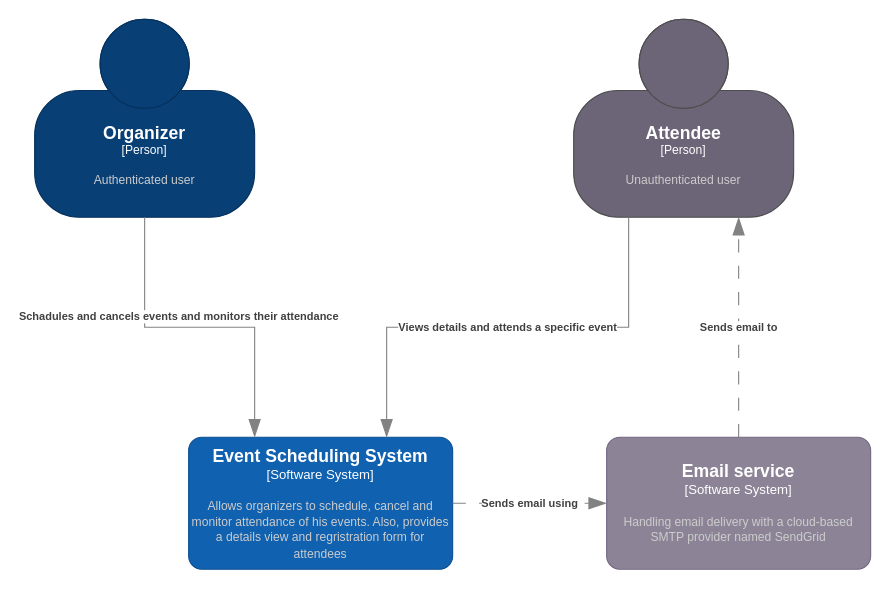
This is docs/SystemContext.drawio from nikbogman/in10days, a draw.io file, before an edit. Source tidied: cells renumbered, new cells numbered last; positions are measured from the earlier drawing's top-left corner, leaving out a move shared by most shapes. Both pictures are drawn from the tidied source at 110%, with x=0, y=0 at pixel (34, 19).
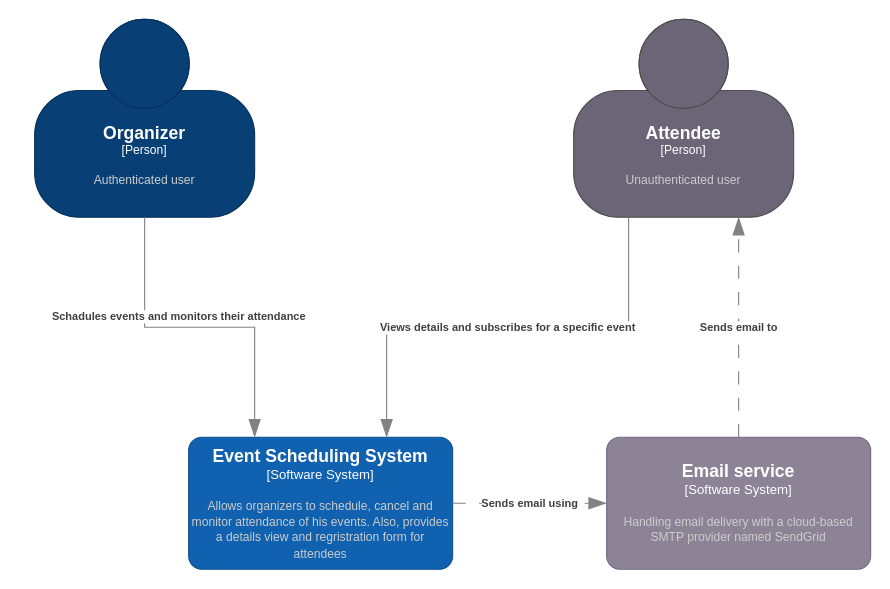
The same diagram, later.

Change to the diagram source:
```diff
@@
 <mxGraphModel>
   <root>
     <mxCell id="0" />
     <mxCell id="1" parent="0" />
     <object id="2" label="&lt;font style=&quot;font-size: 16px&quot;&gt;&lt;b&gt;%c4Name%&lt;/b&gt;&lt;/font&gt;&lt;div&gt;[%c4Type%]&lt;/div&gt;&lt;br&gt;&lt;div&gt;&lt;font style=&quot;font-size: 11px&quot;&gt;&lt;font color=&quot;#cccccc&quot;&gt;%c4Description%&lt;/font&gt;&lt;/div&gt;" c4Description="Authenticated user" c4Name="Organizer" c4Type="Person" placeholders="1">
       <mxCell style="html=1;fontSize=11;dashed=0;whiteSpace=wrap;fillColor=#083F75;strokeColor=#06315C;fontColor=#ffffff;shape=mxgraph.c4.person2;align=center;points=[[0.5,0,0],[1,0.5,0],[1,0.75,0],[0.75,1,0],[0.5,1,0],[0.25,1,0],[0,0.75,0],[0,0.5,0]];" parent="1" vertex="1">
         <mxGeometry width="200" height="180" as="geometry" />
       </mxCell>
     </object>
     <object id="3" label="&lt;font style=&quot;font-size: 16px&quot;&gt;&lt;b&gt;%c4Name%&lt;/b&gt;&lt;/font&gt;&lt;div&gt;[%c4Type%]&lt;/div&gt;&lt;br&gt;&lt;div&gt;&lt;font style=&quot;font-size: 11px&quot;&gt;&lt;font color=&quot;#cccccc&quot;&gt;%c4Description%&lt;/font&gt;&lt;/div&gt;" c4Description="Allows organizers to schedule, cancel and monitor attendance of his events. Also, provides a details view and regristration form for attendees" c4Name="Event Scheduling System" c4Type="Software System" placeholders="1">
       <mxCell style="rounded=1;whiteSpace=wrap;html=1;labelBackgroundColor=none;fillColor=#1061B0;fontColor=#ffffff;align=center;arcSize=10;strokeColor=#0D5091;points=[[0.25,0,0],[0.5,0,0],[0.75,0,0],[1,0.25,0],[1,0.5,0],[1,0.75,0],[0.75,1,0],[0.5,1,0],[0.25,1,0],[0,0.75,0],[0,0.5,0],[0,0.25,0]];" parent="1" vertex="1">
         <mxGeometry x="140" y="380" width="240" height="120" as="geometry" />
       </mxCell>
     </object>
-    <object id="4" label="&lt;div style=&quot;text-align: left&quot;&gt;&lt;div style=&quot;text-align: center&quot;&gt;&lt;b&gt;%c4Description%&lt;/b&gt;&lt;/div&gt;" c4Description="Schadules and cancels events and monitors their attendance" placeholders="1">
+    <object id="4" label="&lt;div style=&quot;text-align: left&quot;&gt;&lt;div style=&quot;text-align: center&quot;&gt;&lt;b&gt;%c4Description%&lt;/b&gt;&lt;/div&gt;" c4Description="Schadules events and monitors their attendance" placeholders="1">
       <mxCell style="endArrow=blockThin;html=1;fontSize=10;fontColor=#404040;strokeWidth=1;endFill=1;strokeColor=#828282;elbow=vertical;endSize=14;startSize=14;jumpStyle=arc;jumpSize=16;rounded=0;edgeStyle=orthogonalEdgeStyle;exitX=0.5;exitY=1;exitDx=0;exitDy=0;exitPerimeter=0;entryX=0.25;entryY=0;entryDx=0;entryDy=0;entryPerimeter=0;" parent="1" edge="1" source="2" target="3">
         <mxGeometry x="-0.13" y="10" relative="1" as="geometry" />
       </mxCell>
     </object>
     <object id="5" label="&lt;font style=&quot;font-size: 16px&quot;&gt;&lt;b&gt;%c4Name%&lt;/b&gt;&lt;/font&gt;&lt;div&gt;[%c4Type%]&lt;/div&gt;&lt;br&gt;&lt;div&gt;&lt;font style=&quot;font-size: 11px&quot;&gt;&lt;font color=&quot;#cccccc&quot;&gt;%c4Description%&lt;/font&gt;&lt;/div&gt;" c4Description="Handling email delivery with a cloud-based SMTP provider named SendGrid" c4Name="Email service" c4Type="Software System" placeholders="1">
       <mxCell style="rounded=1;whiteSpace=wrap;html=1;labelBackgroundColor=none;fillColor=#8C8496;fontColor=#ffffff;align=center;arcSize=10;strokeColor=#736782;points=[[0.25,0,0],[0.5,0,0],[0.75,0,0],[1,0.25,0],[1,0.5,0],[1,0.75,0],[0.75,1,0],[0.5,1,0],[0.25,1,0],[0,0.75,0],[0,0.5,0],[0,0.25,0]];" parent="1" vertex="1">
         <mxGeometry x="520" y="380" width="240" height="120" as="geometry" />
       </mxCell>
     </object>
     <object id="6" label="&lt;div style=&quot;text-align: left&quot;&gt;&lt;div style=&quot;text-align: center&quot;&gt;&lt;b&gt;%c4Description%&lt;/b&gt;&lt;/div&gt;" c4Description="Sends email using" placeholders="1">
       <mxCell style="endArrow=blockThin;html=1;fontSize=10;fontColor=#404040;strokeWidth=1;endFill=1;strokeColor=#828282;elbow=vertical;endSize=14;startSize=14;jumpStyle=arc;jumpSize=16;rounded=0;edgeStyle=orthogonalEdgeStyle;dashed=1;dashPattern=12 12;exitX=1;exitY=0.5;exitDx=0;exitDy=0;exitPerimeter=0;entryX=0;entryY=0.5;entryDx=0;entryDy=0;entryPerimeter=0;" parent="1" edge="1" source="3" target="5">
         <mxGeometry relative="1" as="geometry" />
       </mxCell>
     </object>
     <object id="7" label="&lt;font style=&quot;font-size: 16px&quot;&gt;&lt;b&gt;%c4Name%&lt;/b&gt;&lt;/font&gt;&lt;div&gt;[%c4Type%]&lt;/div&gt;&lt;br&gt;&lt;div&gt;&lt;font style=&quot;font-size: 11px&quot;&gt;&lt;font color=&quot;#cccccc&quot;&gt;%c4Description%&lt;/font&gt;&lt;/div&gt;" c4Description="Unauthenticated user" c4Name="Attendee" c4Type="Person" placeholders="1">
       <mxCell style="html=1;fontSize=11;dashed=0;whiteSpace=wrap;fillColor=#6C6477;strokeColor=#4D4D4D;fontColor=#ffffff;shape=mxgraph.c4.person2;align=center;points=[[0.5,0,0],[1,0.5,0],[1,0.75,0],[0.75,1,0],[0.5,1,0],[0.25,1,0],[0,0.75,0],[0,0.5,0]];" parent="1" vertex="1">
         <mxGeometry x="490" width="200" height="180" as="geometry" />
       </mxCell>
     </object>
-    <object id="8" label="&lt;div style=&quot;text-align: left&quot;&gt;&lt;div style=&quot;text-align: center&quot;&gt;&lt;b&gt;%c4Description%&lt;/b&gt;&lt;/div&gt;" c4Description="Views details and attends a specific event" placeholders="1">
+    <object id="8" label="&lt;div style=&quot;text-align: left&quot;&gt;&lt;div style=&quot;text-align: center&quot;&gt;&lt;b&gt;%c4Description%&lt;/b&gt;&lt;/div&gt;" c4Description="Views details and subscribes for a specific event" placeholders="1">
       <mxCell style="endArrow=blockThin;html=1;fontSize=10;fontColor=#404040;strokeWidth=1;endFill=1;strokeColor=#828282;elbow=vertical;endSize=14;startSize=14;jumpStyle=arc;jumpSize=16;rounded=0;edgeStyle=orthogonalEdgeStyle;exitX=0.25;exitY=1;exitDx=0;exitDy=0;exitPerimeter=0;entryX=0.75;entryY=0;entryDx=0;entryDy=0;entryPerimeter=0;" parent="1" edge="1" source="7" target="3">
         <mxGeometry relative="1" as="geometry" />
       </mxCell>
     </object>
     <object id="9" label="&lt;div style=&quot;text-align: left&quot;&gt;&lt;div style=&quot;text-align: center&quot;&gt;&lt;b&gt;%c4Description%&lt;/b&gt;&lt;/div&gt;" c4Description="Sends email to" placeholders="1">
       <mxCell style="endArrow=blockThin;html=1;fontSize=10;fontColor=#404040;strokeWidth=1;endFill=1;strokeColor=#828282;elbow=vertical;endSize=14;startSize=14;jumpStyle=arc;jumpSize=16;rounded=0;edgeStyle=orthogonalEdgeStyle;exitX=0.5;exitY=0;exitDx=0;exitDy=0;exitPerimeter=0;entryX=0.75;entryY=1;entryDx=0;entryDy=0;entryPerimeter=0;dashed=1;dashPattern=12 12;" parent="1" edge="1" source="5" target="7">
         <mxGeometry relative="1" as="geometry" />
       </mxCell>
     </object>
   </root>
 </mxGraphModel>
```
